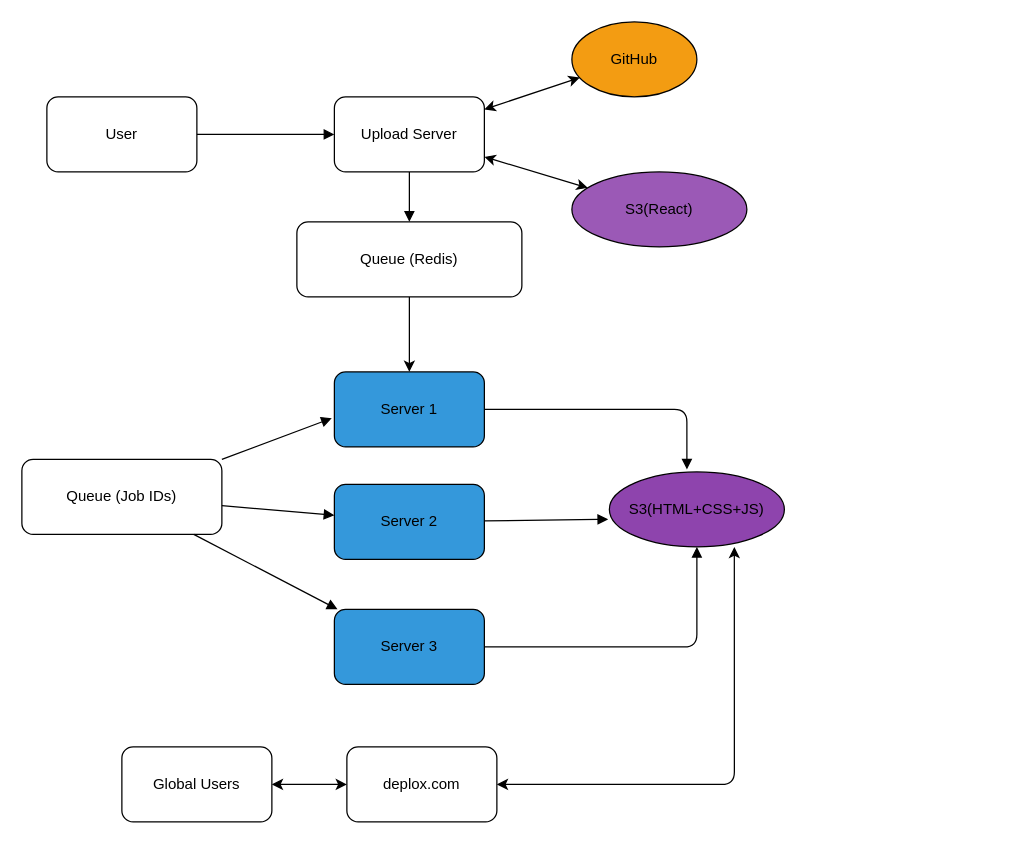
The draw.io diagram Deplox.drawio in omkarjoshi9/DeploX, before the edit. Source tidied: cells renumbered, new cells numbered last; positions are measured from the earlier drawing's top-left corner, leaving out a move shared by most shapes. Both pictures are drawn from the tidied source at 125%, with x=0, y=0 at pixel (21, 21).
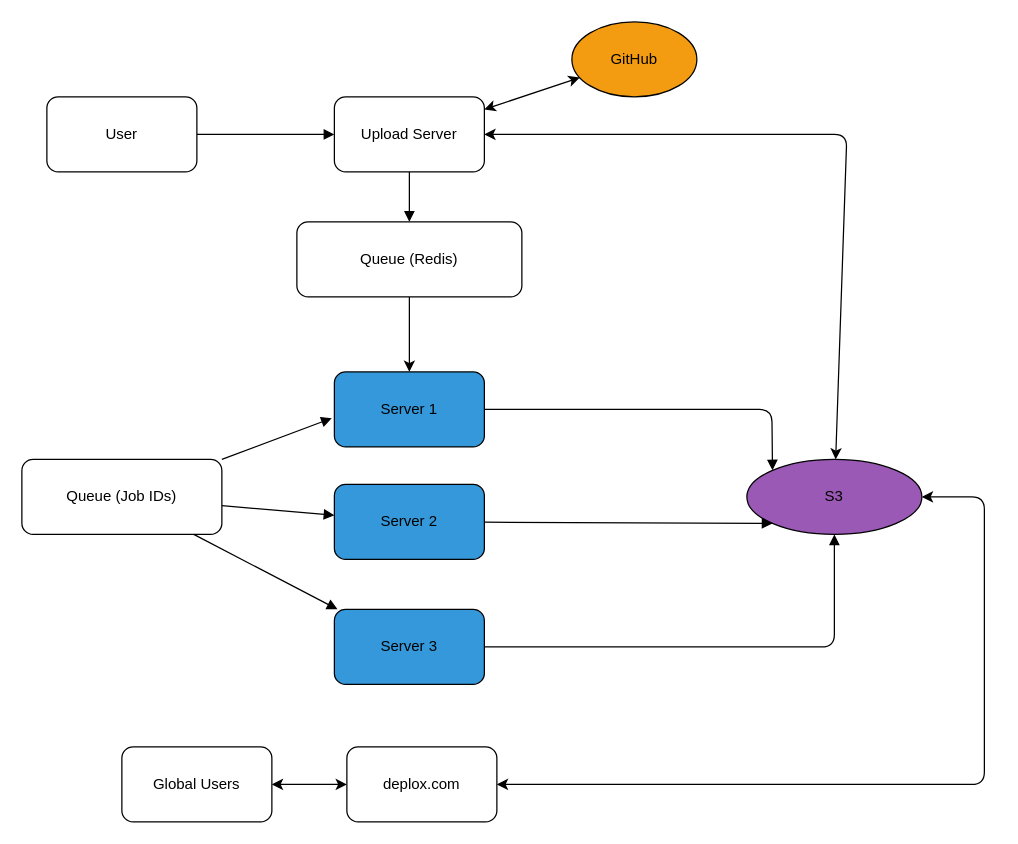
Above is the later version.

The change refers to these unchanged cells:
```xml
<mxCell id="3" value="Upload Server" style="rounded=1;whiteSpace=wrap;html=1;" parent="1" vertex="1">
  <mxGeometry x="250" y="60" width="120" height="60" as="geometry" />
</mxCell>
<mxCell id="13" value="Server 1" style="rounded=1;whiteSpace=wrap;html=1;fillColor=#3498db;" parent="1" vertex="1">
  <mxGeometry x="250" y="280" width="120" height="60" as="geometry" />
</mxCell>
<mxCell id="14" value="Server 2" style="rounded=1;whiteSpace=wrap;html=1;fillColor=#3498db;" parent="1" vertex="1">
  <mxGeometry x="250" y="370" width="120" height="60" as="geometry" />
</mxCell>
<mxCell id="15" value="Server 3" style="rounded=1;whiteSpace=wrap;html=1;fillColor=#3498db;" parent="1" vertex="1">
  <mxGeometry x="250" y="470" width="120" height="60" as="geometry" />
</mxCell>
<mxCell id="23" value="deplox.com" style="rounded=1;whiteSpace=wrap;html=1;" parent="1" vertex="1">
  <mxGeometry x="260" y="580" width="120" height="60" as="geometry" />
</mxCell>
```

Diff of the diagram source:
```diff
@@
-    <mxCell id="5" value="S3(React)" style="ellipse;whiteSpace=wrap;html=1;fillColor=#9b59b6;" parent="1" vertex="1">
-      <mxGeometry x="440" y="120" width="140" height="60" as="geometry" />
+    <mxCell id="5" value="S3" style="ellipse;whiteSpace=wrap;html=1;fillColor=#9b59b6;" parent="1" vertex="1">
+      <mxGeometry x="580" y="350" width="140" height="60" as="geometry" />
     </mxCell>
@@
     <mxCell id="10" style="endArrow=classic;startArrow=classic;html=1;" parent="1" edge="1" source="3" target="5">
-      <mxGeometry relative="1" as="geometry" />
+      <mxGeometry relative="1" as="geometry">
+        <Array as="points">
+          <mxPoint x="660" y="90" />
+        </Array>
+      </mxGeometry>
     </mxCell>
@@
-    <mxCell id="19" style="endArrow=block;entryX=0.443;entryY=-0.033;entryDx=0;entryDy=0;entryPerimeter=0;" parent="1" edge="1" source="13" target="26">
+    <mxCell id="19" style="endArrow=block;entryX=0;entryY=0;entryDx=0;entryDy=0;" parent="1" edge="1" source="13" target="5">
       <mxGeometry relative="1" as="geometry">
         <Array as="points">
-          <mxPoint x="532" y="310" />
+          <mxPoint x="600" y="310" />
         </Array>
       </mxGeometry>
     </mxCell>
-    <mxCell id="20" style="endArrow=block;entryX=-0.007;entryY=0.633;entryDx=0;entryDy=0;entryPerimeter=0;" parent="1" edge="1" source="14" target="26">
+    <mxCell id="20" style="endArrow=block;entryX=0;entryY=1;entryDx=0;entryDy=0;" parent="1" edge="1" source="14" target="5">
       <mxGeometry relative="1" as="geometry" />
     </mxCell>
-    <mxCell id="21" style="endArrow=block;entryX=0.5;entryY=1;entryDx=0;entryDy=0;" parent="1" edge="1" source="15" target="26">
+    <mxCell id="21" style="endArrow=block;entryX=0.5;entryY=1;entryDx=0;entryDy=0;" parent="1" edge="1" source="15" target="5">
       <mxGeometry relative="1" as="geometry">
         <Array as="points">
-          <mxPoint x="540" y="500" />
+          <mxPoint x="650" y="500" />
         </Array>
       </mxGeometry>
     </mxCell>
@@
-    <mxCell id="25" style="endArrow=classic;entryX=0.714;entryY=1;entryDx=0;entryDy=0;entryPerimeter=0;startArrow=classic;html=1;" parent="1" edge="1" source="23" target="26">
+    <mxCell id="25" style="endArrow=classic;entryX=1;entryY=0.5;entryDx=0;entryDy=0;startArrow=classic;html=1;" parent="1" edge="1" source="23" target="5">
       <mxGeometry relative="1" as="geometry">
         <Array as="points">
-          <mxPoint x="570" y="610" />
+          <mxPoint x="770" y="610" />
+          <mxPoint x="770" y="380" />
         </Array>
       </mxGeometry>
     </mxCell>
-    <mxCell id="26" value="S3(HTML+CSS+JS)" style="ellipse;whiteSpace=wrap;html=1;fillColor=#8e44ad;" parent="1" vertex="1">
-      <mxGeometry x="470" y="360" width="140" height="60" as="geometry" />
-    </mxCell>
```
